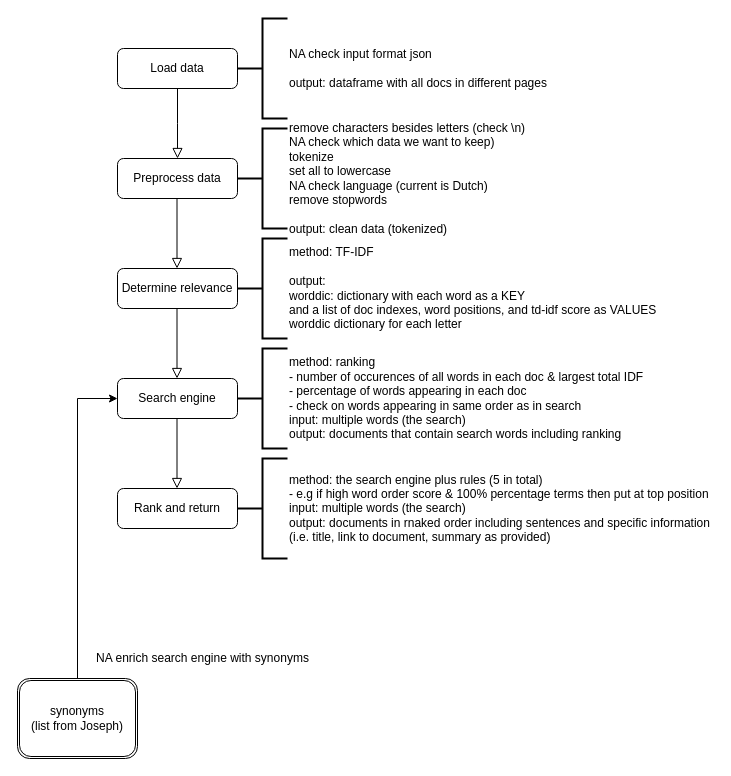
This is The Thinking Machine/Search_engine.drawio from HenryBol/darvirian, a draw.io file, before an edit. Source tidied: cells renumbered, new cells numbered last; positions are measured from the earlier drawing's top-left corner, leaving out a move shared by most shapes. Both pictures are drawn from the tidied source at 100%, with x=0, y=0 at pixel (17, 18).
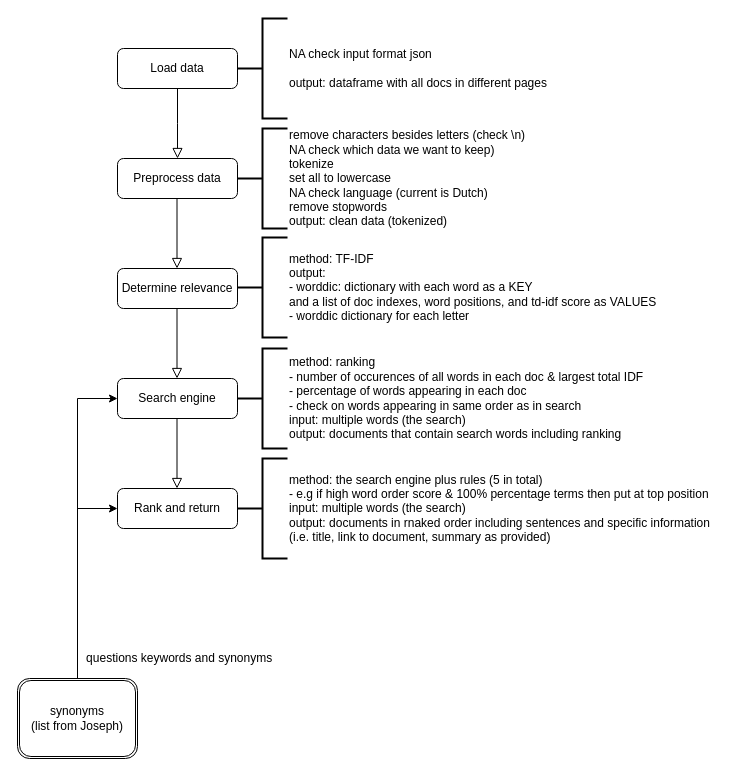
The same diagram, later.

Commit message (it also covers changes not shown here):
Update van workflow

Change to the diagram source:
```diff
@@
-    <mxCell id="6" value="remove characters besides letters (check \n)&lt;br&gt;NA check which data we want to keep)&lt;br&gt;tokenize&lt;br&gt;set all to lowercase&lt;br&gt;NA check language (current is Dutch)&lt;br&gt;remove stopwords&lt;br&gt;&lt;br&gt;output: clean data (tokenized)" style="strokeWidth=2;html=1;shape=mxgraph.flowchart.annotation_2;align=left;labelPosition=right;" parent="1" vertex="1">
+    <mxCell id="6" value="remove characters besides letters (check \n)&lt;br&gt;NA check which data we want to keep)&lt;br&gt;tokenize&lt;br&gt;set all to lowercase&lt;br&gt;NA check language (current is Dutch)&lt;br&gt;remove stopwords&lt;br&gt;output: clean data (tokenized)" style="strokeWidth=2;html=1;shape=mxgraph.flowchart.annotation_2;align=left;labelPosition=right;" parent="1" vertex="1">
       <mxGeometry x="220" y="110" width="50" height="100" as="geometry" />
     </mxCell>
@@
-    <mxCell id="9" value="method: TF-IDF&lt;br&gt;&lt;br&gt;output:&lt;br&gt;worddic:&amp;nbsp;dictionary with each word as a KEY &lt;br&gt;and a list of doc indexes, word positions, and td-idf score as VALUES&lt;br&gt;worddic dictionary for each letter" style="strokeWidth=2;html=1;shape=mxgraph.flowchart.annotation_2;align=left;labelPosition=right;" parent="1" vertex="1">
-      <mxGeometry x="220" y="220" width="50" height="100" as="geometry" />
+    <mxCell id="9" value="method: TF-IDF&lt;br&gt;output:&lt;br&gt;- worddic:&amp;nbsp;dictionary with each word as a KEY &lt;br&gt;and a list of doc indexes, word positions, and td-idf score as VALUES&lt;br&gt;- worddic dictionary for each letter" style="strokeWidth=2;html=1;shape=mxgraph.flowchart.annotation_2;align=left;labelPosition=right;" parent="1" vertex="1">
+      <mxGeometry x="220" y="219" width="50" height="100" as="geometry" />
     </mxCell>
@@
-    <mxCell id="18" value="NA enrich search engine with synonyms" style="text;html=1;align=center;verticalAlign=middle;" parent="1" vertex="1">
-      <mxGeometry x="70" y="630" width="230" height="20" as="geometry" />
+    <mxCell id="18" value="&amp;nbsp;questions keywords and synonyms" style="text;html=1;align=center;verticalAlign=middle;" parent="1" vertex="1">
+      <mxGeometry x="60" y="630" width="200" height="20" as="geometry" />
     </mxCell>
+    <mxCell id="19" style="endArrow=classic;html=1;" parent="1" edge="1">
+      <mxGeometry relative="1" as="geometry">
+        <mxPoint x="60" y="490" as="sourcePoint" />
+        <mxPoint x="100" y="490" as="targetPoint" />
+      </mxGeometry>
+    </mxCell>
```
